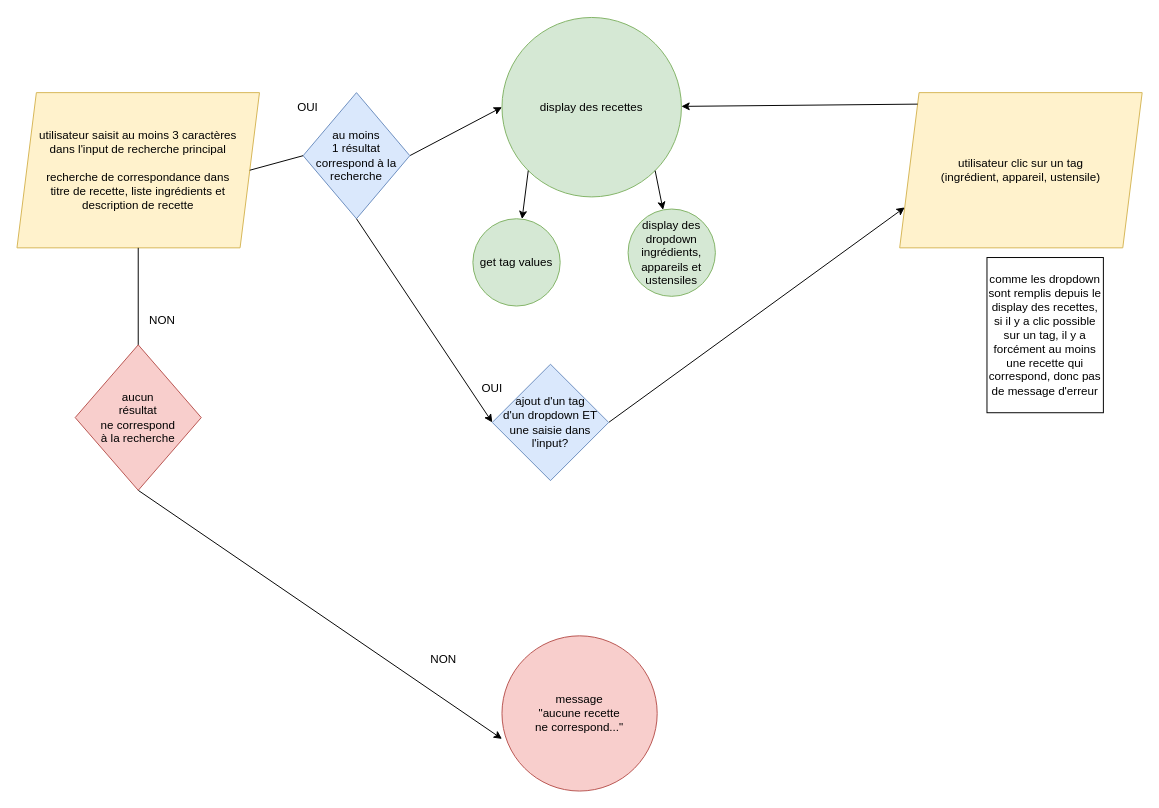
Before: js/Untitled Diagram.drawio in DianeDelord/07_06042021, a draw.io diagram. Source tidied: cells renumbered, new cells numbered last; positions are measured from the earlier drawing's top-left corner, leaving out a move shared by most shapes. Both pictures are drawn from the tidied source at 97%, with x=0, y=0 at pixel (16, 16).
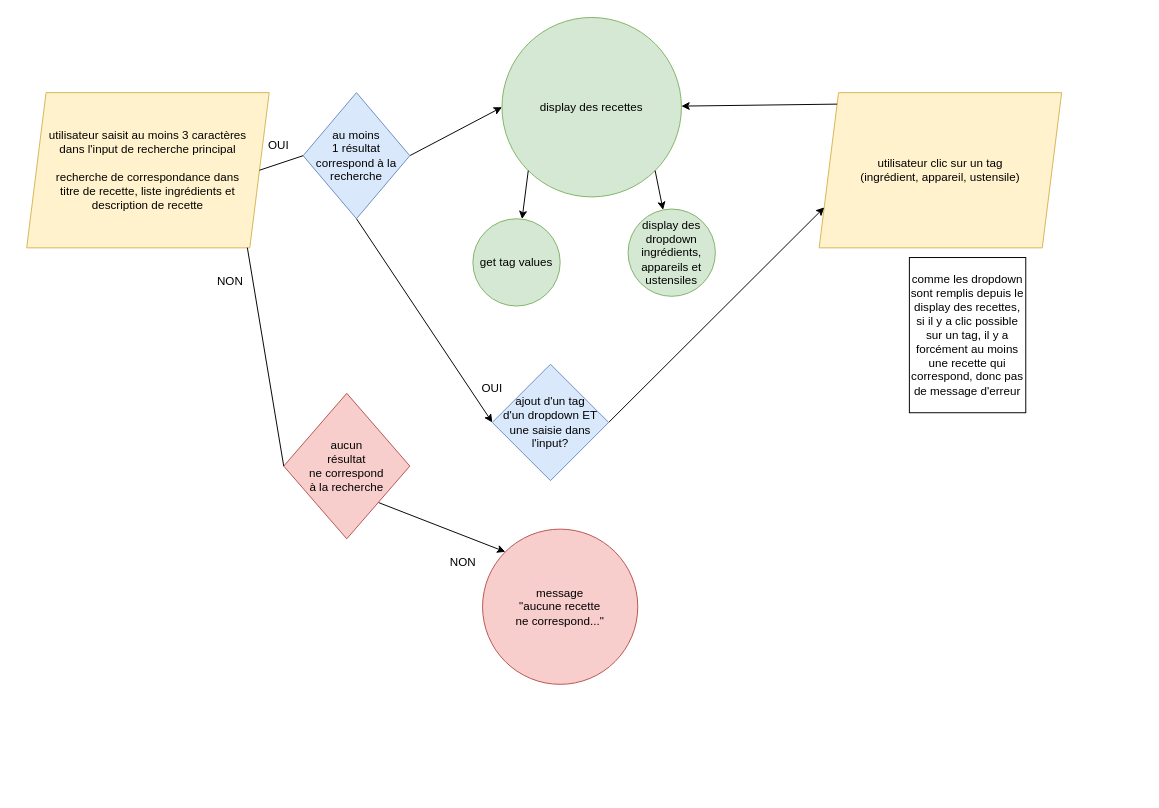
The same page after the edit.

What changed in the source:
```diff
@@
     <mxCell id="6" value="utilisateur saisit au moins 3 caractères&lt;br&gt;dans l'input de recherche principal&lt;br&gt;&lt;br&gt;recherche de correspondance dans &lt;br&gt;titre&amp;nbsp;de recette, liste ingrédients et &lt;br&gt;description de recette" style="shape=parallelogram;perimeter=parallelogramPerimeter;whiteSpace=wrap;html=1;fixedSize=1;fillColor=#fff2cc;strokeColor=#d6b656;" parent="1" vertex="1">
-      <mxGeometry y="78" width="250" height="160" as="geometry" />
+      <mxGeometry x="10" y="78" width="250" height="160" as="geometry" />
     </mxCell>
     <mxCell id="7" value="utilisateur clic sur un tag &lt;br&gt;(ingrédient, appareil, ustensile)" style="shape=parallelogram;perimeter=parallelogramPerimeter;whiteSpace=wrap;html=1;fixedSize=1;fillColor=#fff2cc;strokeColor=#d6b656;" parent="1" vertex="1">
-      <mxGeometry x="910" y="78" width="250" height="160" as="geometry" />
+      <mxGeometry x="827" y="78" width="250" height="160" as="geometry" />
     </mxCell>
@@
     <mxCell id="9" value="message &lt;br&gt;&quot;aucune recette &lt;br&gt;ne correspond...&quot;" style="ellipse;whiteSpace=wrap;html=1;fillColor=#f8cecc;strokeColor=#b85450;" parent="1" vertex="1">
-      <mxGeometry x="500" y="638" width="160" height="160" as="geometry" />
+      <mxGeometry x="480" y="528" width="160" height="160" as="geometry" />
     </mxCell>
@@
-    <mxCell id="11" style="endArrow=classic;html=1;rounded=0;exitX=0.5;exitY=1;exitDx=0;exitDy=0;entryX=0;entryY=0.664;entryDx=0;entryDy=0;entryPerimeter=0;startArrow=none;" parent="1" edge="1" source="12" target="9">
+    <mxCell id="11" style="endArrow=classic;html=1;rounded=0;exitX=1;exitY=1;exitDx=0;exitDy=0;entryX=0;entryY=0;entryDx=0;entryDy=0;startArrow=none;" parent="1" edge="1" source="12" target="9">
       <mxGeometry relative="1" as="geometry" />
     </mxCell>
     <mxCell id="12" value="&lt;span style=&quot;color: rgb(0 , 0 , 0) ; font-family: &amp;#34;helvetica&amp;#34; ; font-size: 12px ; font-style: normal ; font-weight: 400 ; letter-spacing: normal ; text-align: center ; text-indent: 0px ; text-transform: none ; word-spacing: 0px ; display: inline ; float: none&quot;&gt;aucun &lt;br&gt;résultat &lt;br&gt;ne correspond &lt;br&gt;à la recherche&lt;/span&gt;" style="rhombus;whiteSpace=wrap;html=1;fillColor=#f8cecc;strokeColor=#b85450;" parent="1" vertex="1">
-      <mxGeometry x="60" y="338" width="130" height="150" as="geometry" />
+      <mxGeometry x="275" y="388" width="130" height="150" as="geometry" />
     </mxCell>
-    <mxCell id="13" style="endArrow=none;html=1;rounded=0;exitX=0.5;exitY=1;exitDx=0;exitDy=0;entryX=0.5;entryY=0;entryDx=0;entryDy=0;" parent="1" edge="1" source="6" target="12">
+    <mxCell id="13" style="endArrow=none;html=1;rounded=0;entryX=0;entryY=0.5;entryDx=0;entryDy=0;exitX=0.91;exitY=0.999;exitDx=0;exitDy=0;exitPerimeter=0;" parent="1" edge="1" source="6" target="12">
       <mxGeometry relative="1" as="geometry" />
     </mxCell>
@@
     <mxCell id="16" value="NON" style="text;html=1;strokeColor=none;fillColor=none;align=center;verticalAlign=middle;whiteSpace=wrap;rounded=0;labelBackgroundColor=none;" parent="1" vertex="1">
-      <mxGeometry x="410" y="648" width="60" height="30" as="geometry" />
+      <mxGeometry x="430" y="548" width="60" height="30" as="geometry" />
     </mxCell>
     <mxCell id="17" value="OUI" style="text;html=1;strokeColor=none;fillColor=none;align=center;verticalAlign=middle;whiteSpace=wrap;rounded=0;labelBackgroundColor=none;" parent="1" vertex="1">
-      <mxGeometry x="270" y="78" width="60" height="30" as="geometry" />
+      <mxGeometry x="240" y="118" width="60" height="30" as="geometry" />
     </mxCell>
@@
     <mxCell id="19" value="NON" style="text;html=1;strokeColor=none;fillColor=none;align=center;verticalAlign=middle;whiteSpace=wrap;rounded=0;labelBackgroundColor=none;" parent="1" vertex="1">
-      <mxGeometry x="120" y="298" width="60" height="30" as="geometry" />
+      <mxGeometry x="190" y="258" width="60" height="30" as="geometry" />
     </mxCell>
@@
     <mxCell id="23" value="comme les dropdown sont remplis depuis le display des recettes, si il y a clic possible sur un tag, il y a forcément au moins une recette qui correspond, donc pas de message d'erreur" style="rounded=0;whiteSpace=wrap;html=1;labelBackgroundColor=none;" parent="1" vertex="1">
-      <mxGeometry x="1000" y="248" width="120" height="160" as="geometry" />
+      <mxGeometry x="920" y="248" width="120" height="160" as="geometry" />
     </mxCell>
```
